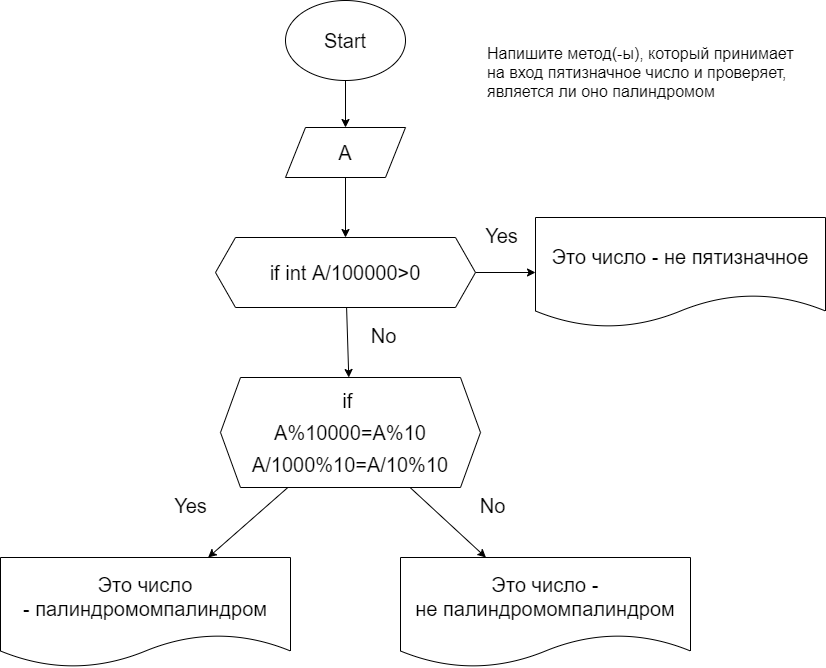
SergeiTimokhin/Introduction_to_programming_languages keeps this draw.io diagram as Homework/Homework_03/Exercise019/diagram019.drawio.png. Above is the earlier version. Source tidied: cells renumbered, new cells last; positions are measured from the earlier drawing's top-left corner, leaving out a move shared by most shapes.
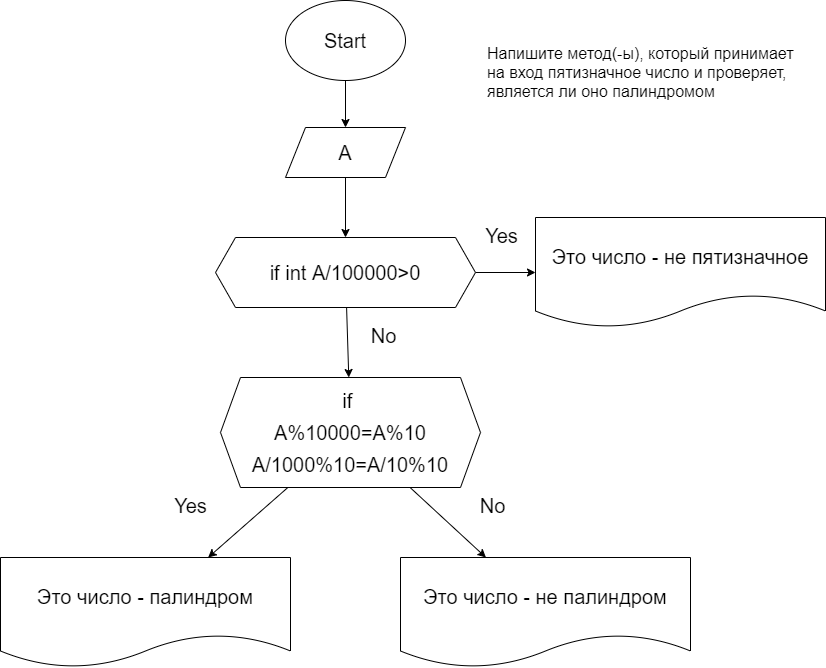
The same diagram one commit later.

The edit, as a diff of the source:
```diff
@@ -23,7 +23,7 @@
     <mxCell id="8" value="Напишите метод(-ы), который принимает на вход пятизначное число и проверяет, является ли оно палиндромом" style="text;whiteSpace=wrap;html=1;fontSize=16;" parent="1" vertex="1">
       <mxGeometry x="485" y="37" width="320" height="80" as="geometry" />
     </mxCell>
-    <mxCell id="9" value="Это число -&amp;nbsp;&lt;span style=&quot;font-size: 20px; text-align: left;&quot;&gt;палиндромом&lt;/span&gt;&lt;span style=&quot;font-size: 20px; text-align: left;&quot;&gt;палиндром&lt;/span&gt;" style="shape=document;whiteSpace=wrap;html=1;boundedLbl=1;fontSize=20;" parent="1" vertex="1">
+    <mxCell id="9" value="Это число -&amp;nbsp;&lt;span style=&quot;font-size: 20px; text-align: left;&quot;&gt;палиндром&lt;/span&gt;" style="shape=document;whiteSpace=wrap;html=1;boundedLbl=1;fontSize=20;" parent="1" vertex="1">
       <mxGeometry y="557" width="290" height="110" as="geometry" />
     </mxCell>
     <mxCell id="10" style="edgeStyle=none;html=1;fontSize=20;" parent="1" edge="1" source="12" target="13">
@@ -35,7 +35,7 @@
     <mxCell id="12" value="&lt;span style=&quot;font-size: 20px;&quot;&gt;if&amp;nbsp;&lt;/span&gt;&lt;br style=&quot;font-size: 20px;&quot;&gt;&lt;span style=&quot;font-size: 20px;&quot;&gt;A%10000=A%10&lt;/span&gt;&lt;br style=&quot;font-size: 20px;&quot;&gt;&lt;span style=&quot;font-size: 20px;&quot;&gt;A/1000%10=A/10%10&lt;/span&gt;" style="shape=hexagon;perimeter=hexagonPerimeter2;whiteSpace=wrap;html=1;fixedSize=1;" parent="1" vertex="1">
       <mxGeometry x="220" y="377" width="260" height="110" as="geometry" />
     </mxCell>
-    <mxCell id="13" value="Это число - не&amp;nbsp;&lt;span style=&quot;font-size: 20px; text-align: left;&quot;&gt;палиндромом&lt;/span&gt;&lt;span style=&quot;font-size: 20px; text-align: left;&quot;&gt;палиндром&lt;/span&gt;" style="shape=document;whiteSpace=wrap;html=1;boundedLbl=1;fontSize=20;" parent="1" vertex="1">
+    <mxCell id="13" value="Это число - не&amp;nbsp;&lt;span style=&quot;font-size: 20px; text-align: left;&quot;&gt;палиндром&lt;/span&gt;" style="shape=document;whiteSpace=wrap;html=1;boundedLbl=1;fontSize=20;" parent="1" vertex="1">
       <mxGeometry x="400" y="557" width="290" height="110" as="geometry" />
     </mxCell>
     <mxCell id="14" style="edgeStyle=none;html=1;" parent="1" edge="1" source="16" target="17">
```
